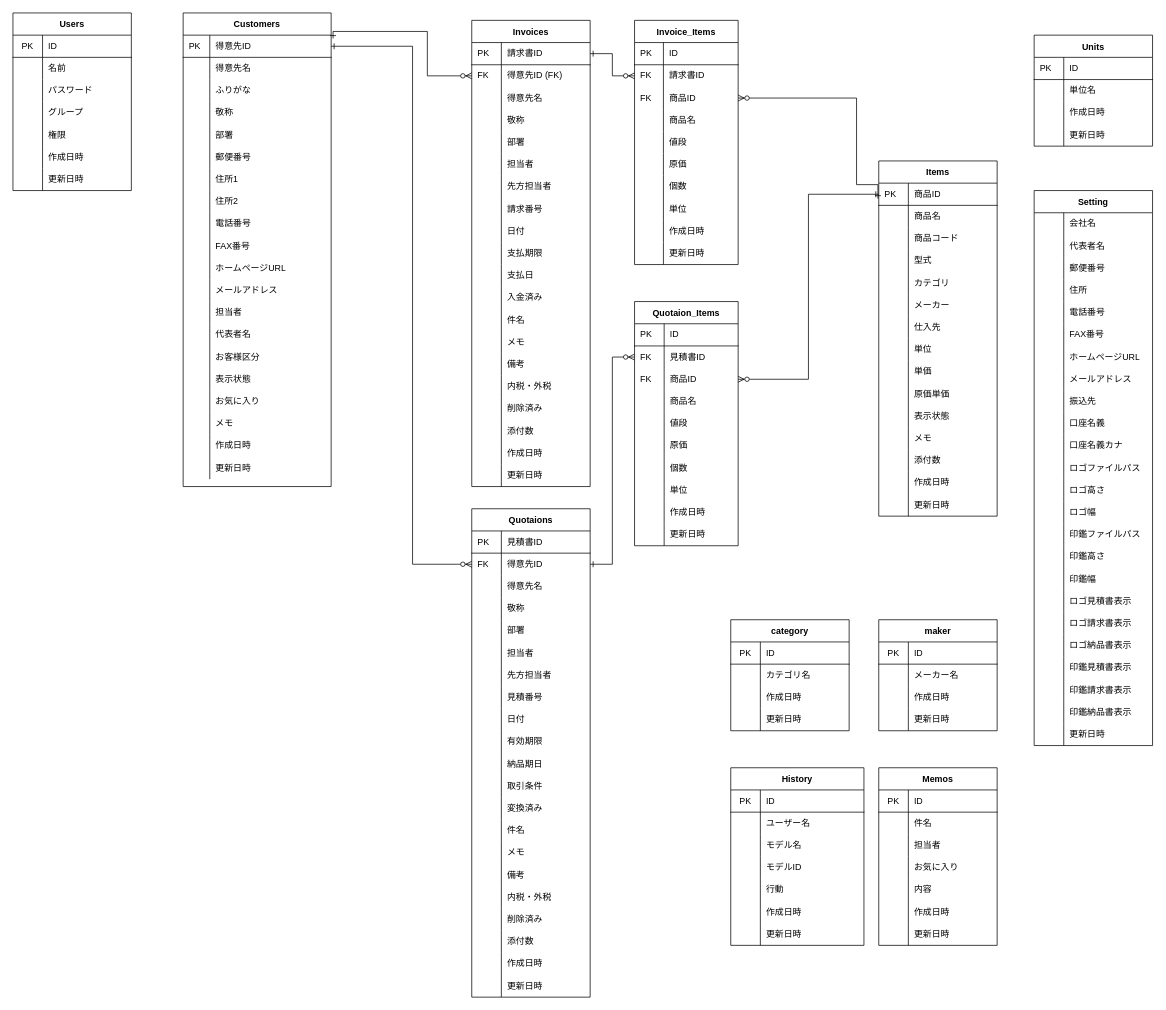
The draw.io diagram soho_er.dio in gamasenninn/caddie-clone, before the edit. Source tidied: cells renumbered, new cells numbered last; positions are measured from the earlier drawing's top-left corner, leaving out a move shared by most shapes. Both pictures are drawn from the tidied source at 74%, with x=0, y=0 at pixel (13, 13).
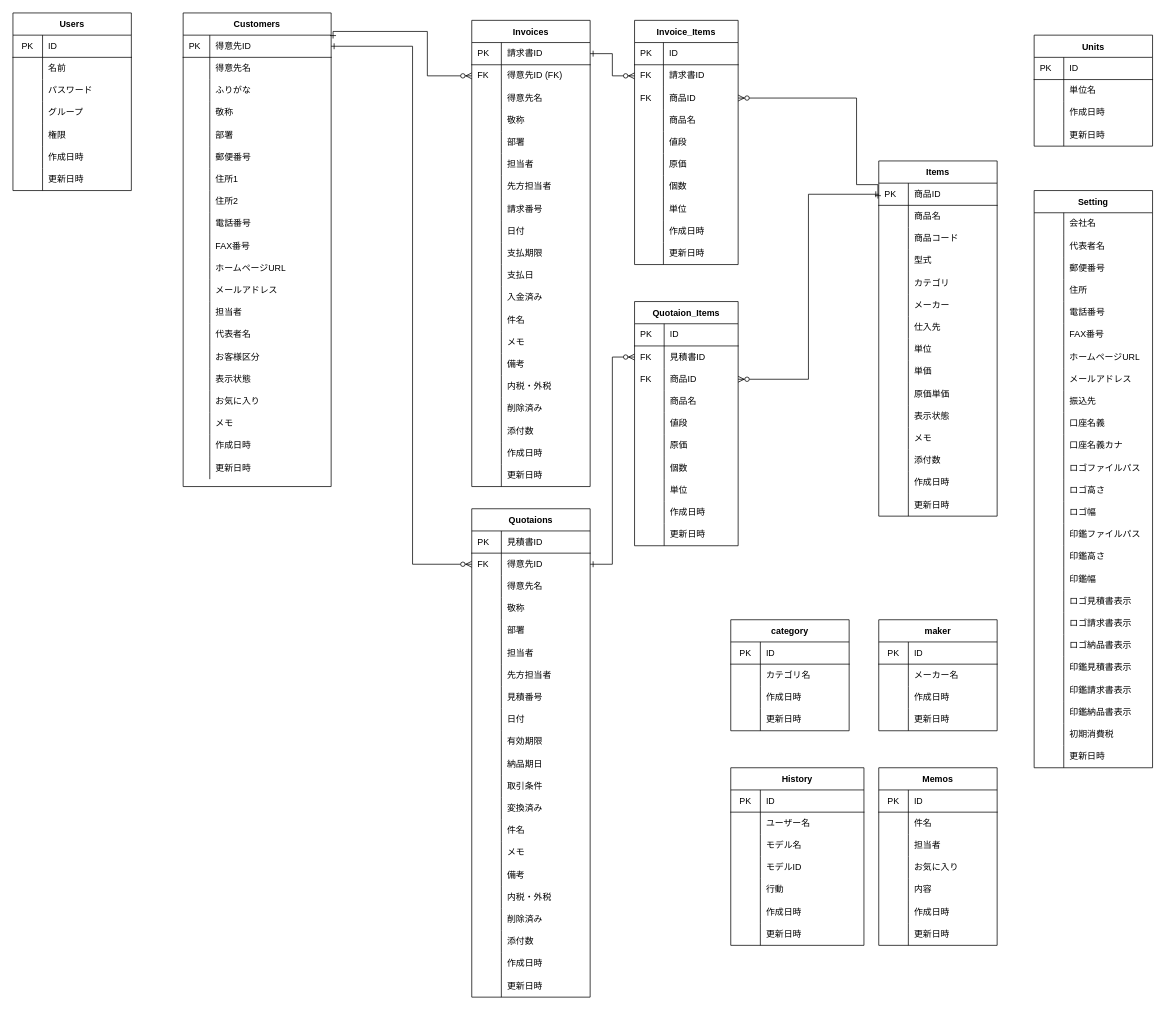
The same page after the edit.

What changed in the source:
```diff
@@
     <mxCell id="309" value="Setting" style="shape=table;startSize=30;childLayout=tableLayout;rowLines=0;fontStyle=1;align=center;" parent="1" vertex="1">
-      <mxGeometry x="1380" y="240" width="160" height="750" as="geometry" />
+      <mxGeometry x="1380" y="240" width="160" height="780" as="geometry" />
     </mxCell>
@@
+    <mxCell id="480" style="shape=partialRectangle;html=1;whiteSpace=wrap;fillColor=none;top=0;left=0;bottom=0;right=0;" parent="309" vertex="1">
+      <mxGeometry y="720" width="160" height="30" as="geometry" />
+    </mxCell>
+    <mxCell id="481" style="shape=partialRectangle;html=1;whiteSpace=wrap;fillColor=none;top=0;left=0;bottom=0;right=0;align=left;spacingLeft=6;overflow=hidden;" parent="480" vertex="1">
+      <mxGeometry width="40" height="30" as="geometry" />
+    </mxCell>
+    <mxCell id="482" value="初期消費税" style="shape=partialRectangle;html=1;whiteSpace=wrap;fillColor=none;top=0;left=0;bottom=0;right=0;align=left;spacingLeft=6;overflow=hidden;" parent="480" vertex="1">
+      <mxGeometry x="40" width="120" height="30" as="geometry" />
+    </mxCell>
     <mxCell id="379" style="shape=partialRectangle;html=1;whiteSpace=wrap;fillColor=none;top=0;left=0;bottom=0;right=0;" parent="309" vertex="1">
-      <mxGeometry y="720" width="160" height="30" as="geometry" />
+      <mxGeometry y="750" width="160" height="30" as="geometry" />
     </mxCell>
```
